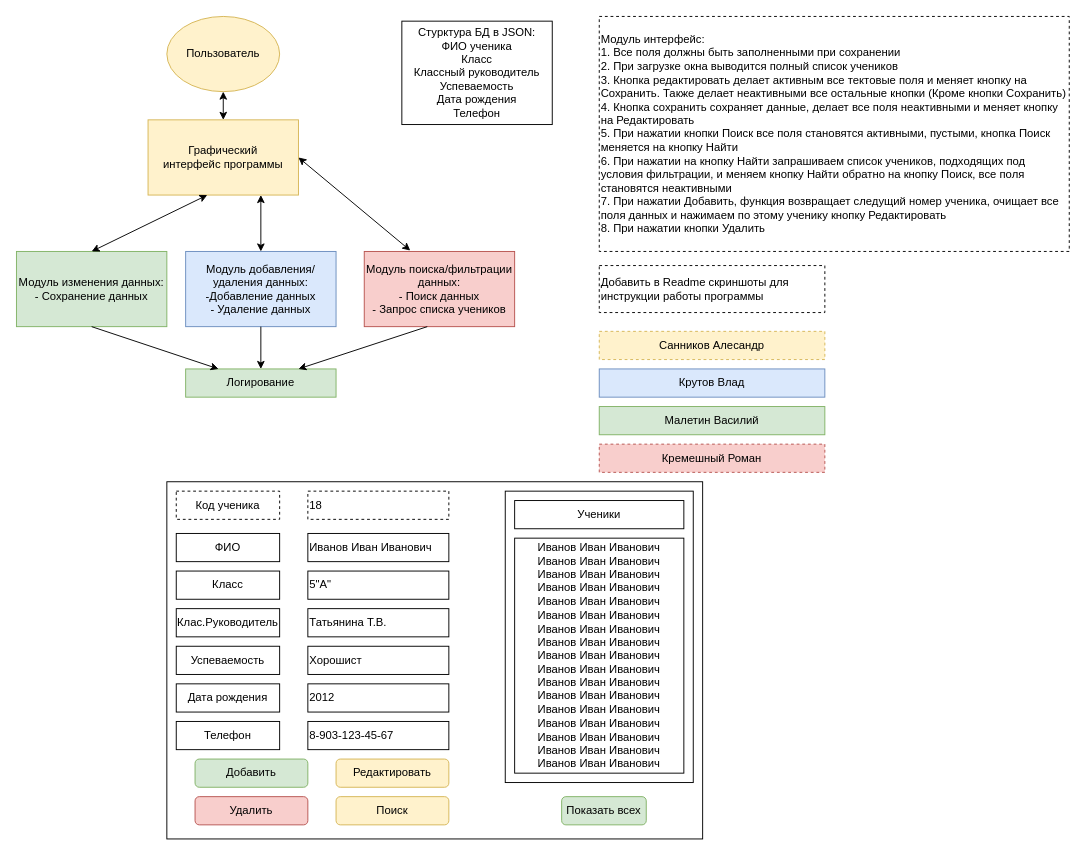
Before: structure.drawio in VasiliyMaletin/Database, a draw.io diagram. Source tidied: cells renumbered, new cells numbered last; positions are measured from the earlier drawing's top-left corner, leaving out a move shared by most shapes. Both pictures are drawn from the tidied source at 94%, with x=0, y=0 at pixel (16, 16).
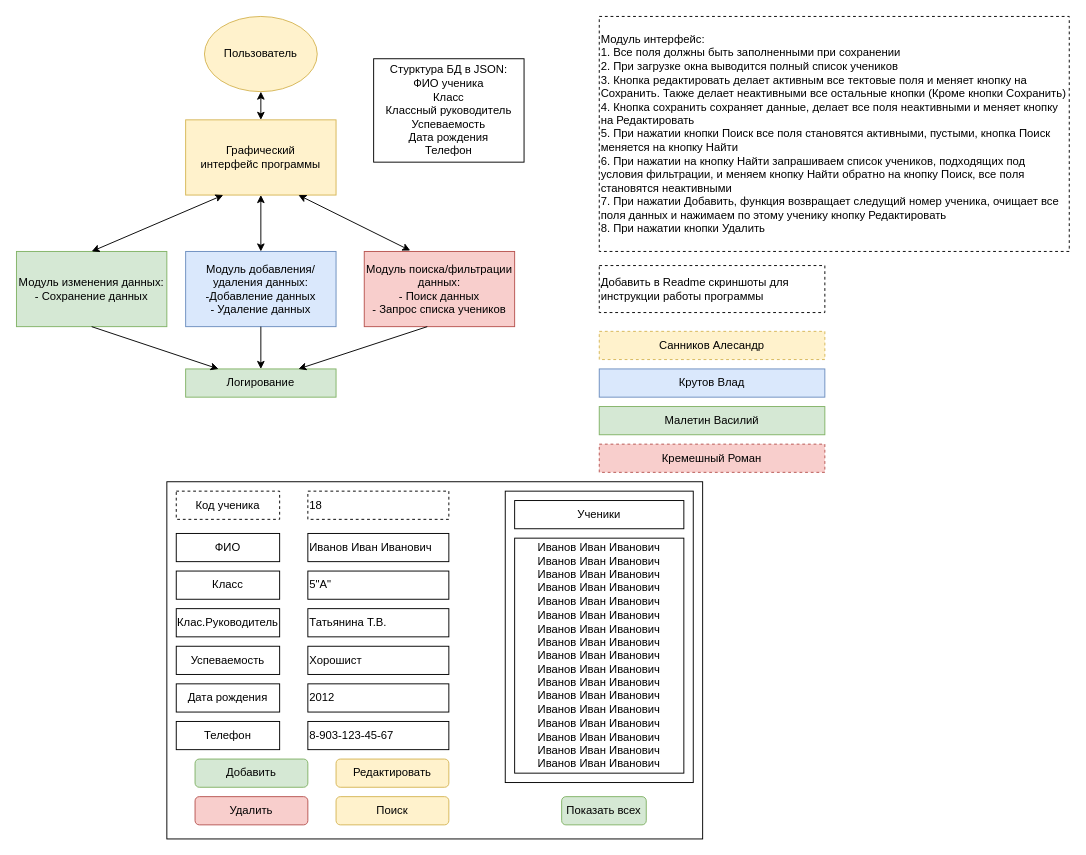
After the change.

Unchanged cells that the change refers to:
```xml
<mxCell id="2" value="Модуль изменения данных:&lt;br&gt;- Сохранение данных" style="rounded=0;whiteSpace=wrap;html=1;fillColor=#d5e8d4;strokeColor=#82b366;" parent="1" vertex="1">
  <mxGeometry y="250" width="160" height="80" as="geometry" />
</mxCell>
<mxCell id="31" value="Модуль добавления/удаления данных:&lt;br&gt;-Добавление данных&lt;br&gt;- Удаление данных" style="rounded=0;whiteSpace=wrap;html=1;fillColor=#dae8fc;strokeColor=#6c8ebf;" parent="1" vertex="1">
  <mxGeometry x="180" y="250" width="160" height="80" as="geometry" />
</mxCell>
<mxCell id="33" value="Модуль поиска/фильтрации данных:&lt;br&gt;- Поиск данных&lt;br&gt;- Запрос списка учеников" style="rounded=0;whiteSpace=wrap;html=1;fillColor=#f8cecc;strokeColor=#b85450;" parent="1" vertex="1">
  <mxGeometry x="370" y="250" width="160" height="80" as="geometry" />
</mxCell>
```

Change to the diagram source:
```diff
@@
     <mxCell id="3" value="Графический &lt;br&gt;интерфейс программы" style="rounded=0;whiteSpace=wrap;html=1;fillColor=#fff2cc;strokeColor=#d6b656;" parent="1" vertex="1">
-      <mxGeometry x="140" y="110" width="160" height="80" as="geometry" />
+      <mxGeometry x="180" y="110" width="160" height="80" as="geometry" />
     </mxCell>
@@
     <mxCell id="5" value="Пользователь" style="ellipse;whiteSpace=wrap;html=1;fillColor=#fff2cc;strokeColor=#d6b656;" parent="1" vertex="1">
-      <mxGeometry x="160" width="120" height="80" as="geometry" />
+      <mxGeometry x="200" width="120" height="80" as="geometry" />
     </mxCell>
@@
-    <mxCell id="7" style="endArrow=classic;startArrow=classic;html=1;rounded=0;entryX=0.5;entryY=0;entryDx=0;entryDy=0;exitX=0.394;exitY=1;exitDx=0;exitDy=0;exitPerimeter=0;" parent="1" edge="1" source="3" target="2">
+    <mxCell id="7" style="endArrow=classic;startArrow=classic;html=1;rounded=0;entryX=0.5;entryY=0;entryDx=0;entryDy=0;exitX=0.25;exitY=1;exitDx=0;exitDy=0;" parent="1" edge="1" source="3" target="2">
       <mxGeometry relative="1" as="geometry" />
     </mxCell>
@@
     <mxCell id="9" value="Стурктура БД в JSON:&lt;br&gt;ФИО ученика&lt;br&gt;Класс&lt;br&gt;Классный руководитель&lt;br&gt;Успеваемость&lt;br&gt;Дата рождения&lt;br&gt;Телефон" style="rounded=0;whiteSpace=wrap;html=1;" parent="1" vertex="1">
-      <mxGeometry x="410" y="5" width="160" height="110" as="geometry" />
+      <mxGeometry x="380" y="45" width="160" height="110" as="geometry" />
     </mxCell>
@@
-    <mxCell id="32" style="endArrow=classic;startArrow=classic;html=1;rounded=0;entryX=0.5;entryY=0;entryDx=0;entryDy=0;exitX=0.75;exitY=1;exitDx=0;exitDy=0;" parent="1" edge="1" source="3" target="31">
+    <mxCell id="32" style="endArrow=classic;startArrow=classic;html=1;rounded=0;entryX=0.5;entryY=0;entryDx=0;entryDy=0;exitX=0.5;exitY=1;exitDx=0;exitDy=0;" parent="1" edge="1" source="3" target="31">
       <mxGeometry relative="1" as="geometry" />
     </mxCell>
@@
-    <mxCell id="34" style="endArrow=classic;startArrow=classic;html=1;rounded=0;entryX=0.306;entryY=-0.012;entryDx=0;entryDy=0;exitX=1;exitY=0.5;exitDx=0;exitDy=0;entryPerimeter=0;" parent="1" edge="1" source="3" target="33">
+    <mxCell id="34" style="endArrow=classic;startArrow=classic;html=1;rounded=0;entryX=0.306;entryY=-0.012;entryDx=0;entryDy=0;exitX=0.75;exitY=1;exitDx=0;exitDy=0;entryPerimeter=0;" parent="1" edge="1" source="3" target="33">
       <mxGeometry relative="1" as="geometry" />
     </mxCell>
```
